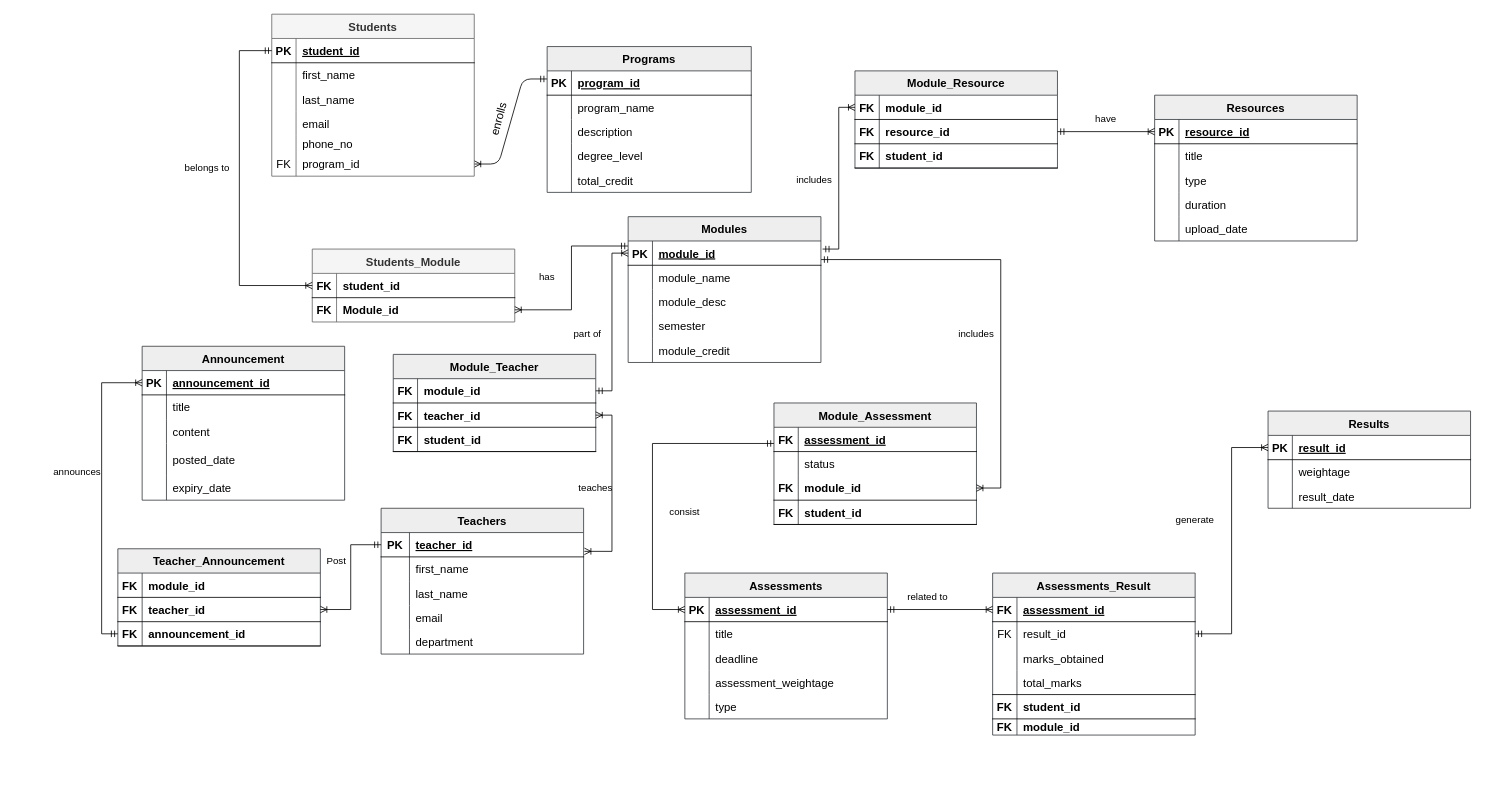
Before: Database.drawio in pawal-karki/DRAW.IO, a draw.io diagram. Source tidied: cells renumbered, new cells numbered last; positions are measured from the earlier drawing's top-left corner, leaving out a move shared by most shapes. Both pictures are drawn from the tidied source at 81%, with x=0, y=0 at pixel (53, 14).
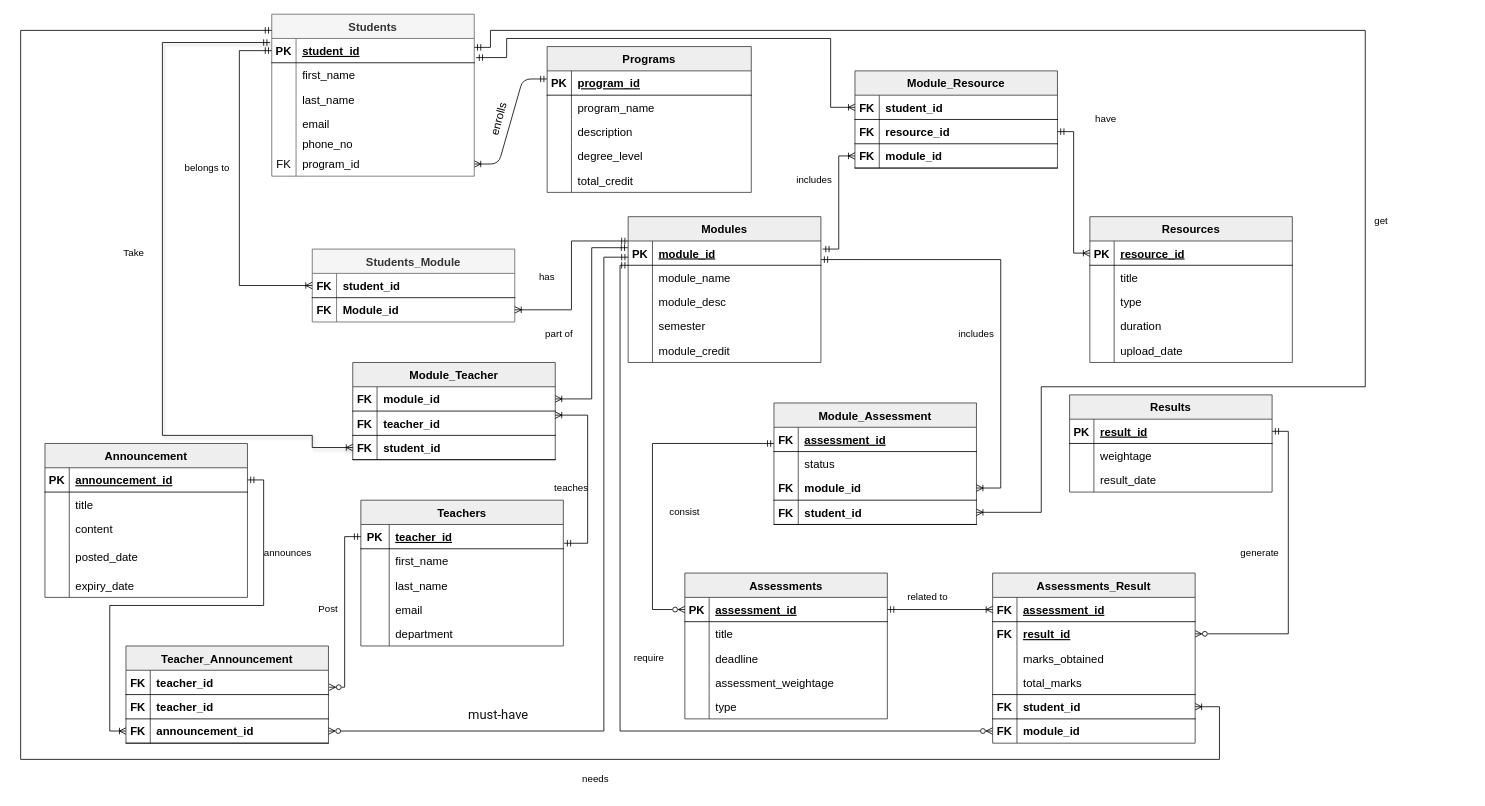
After the change.

Unchanged cells that the change refers to:
```xml
<mxCell id="21" style="shape=partialRectangle;fillColor=none;points=[[0,0.5],[1,0.5]];portConstraint=eastwest;top=0;left=0;right=0;bottom=1;fontSize=14;" parent="20" vertex="1">
  <mxGeometry y="30" width="238" height="30" as="geometry" />
</mxCell>
<mxCell id="36" value="Students" style="shape=table;startSize=30;childLayout=tableLayout;rowLines=0;fontStyle=1;align=center;fillColor=#f5f5f5;fontColor=#333333;strokeColor=#666666;fontSize=14;" parent="1" vertex="1">
  <mxGeometry x="270" width="250" height="200" as="geometry" />
</mxCell>
<mxCell id="37" style="shape=partialRectangle;fillColor=none;points=[[0,0.5],[1,0.5]];portConstraint=eastwest;top=0;left=0;right=0;bottom=1;fontSize=14;" parent="36" vertex="1">
  <mxGeometry y="30" width="250" height="30" as="geometry" />
</mxCell>
<mxCell id="56" style="shape=partialRectangle;fillColor=none;points=[[0,0.5],[1,0.5]];portConstraint=eastwest;top=0;left=0;right=0;bottom=1;fontSize=14;" parent="55" vertex="1">
  <mxGeometry y="30" width="250" height="30" as="geometry" />
</mxCell>
<mxCell id="72" style="shape=partialRectangle;fillColor=none;points=[[0,0.5],[1,0.5]];portConstraint=eastwest;top=0;left=0;right=0;bottom=1;fontSize=14;" parent="71" vertex="1">
  <mxGeometry y="30" width="250" height="30" as="geometry" />
</mxCell>
<mxCell id="88" style="shape=partialRectangle;fillColor=none;points=[[0,0.5],[1,0.5]];portConstraint=eastwest;top=0;left=0;right=0;bottom=1;fontSize=14;" parent="87" vertex="1">
  <mxGeometry y="30" width="250" height="30" as="geometry" />
</mxCell>
<mxCell id="120" style="shape=partialRectangle;fillColor=none;points=[[0,0.5],[1,0.5]];portConstraint=eastwest;top=0;left=0;right=0;bottom=1;fontSize=14;" parent="119" vertex="1">
  <mxGeometry y="30" width="250" height="30" as="geometry" />
</mxCell>
<mxCell id="135" style="shape=partialRectangle;fillColor=none;points=[[0,0.5],[1,0.5]];portConstraint=eastwest;top=0;left=0;right=0;bottom=0;fontSize=14;" parent="131" vertex="1">
  <mxGeometry y="60" width="250" height="30" as="geometry" />
</mxCell>
<mxCell id="144" style="shape=partialRectangle;fillColor=none;points=[[0,0.5],[1,0.5]];portConstraint=eastwest;top=0;left=0;right=0;bottom=0;fontSize=14;" parent="140" vertex="1">
  <mxGeometry y="60" width="250" height="30" as="geometry" />
</mxCell>
<mxCell id="153" style="shape=partialRectangle;fillColor=none;points=[[0,0.5],[1,0.5]];portConstraint=eastwest;top=0;left=0;right=0;bottom=1;fontSize=14;" parent="140" vertex="1">
  <mxGeometry y="150" width="250" height="30" as="geometry" />
</mxCell>
<mxCell id="170" style="shape=partialRectangle;fillColor=none;points=[[0,0.5],[1,0.5]];portConstraint=eastwest;top=0;left=0;right=0;bottom=1;fontSize=14;" parent="160" vertex="1">
  <mxGeometry y="120" width="250" height="30" as="geometry" />
</mxCell>
<mxCell id="176" style="shape=partialRectangle;fillColor=none;points=[[0,0.5],[1,0.5]];portConstraint=eastwest;top=0;left=0;right=0;bottom=1;fontSize=14;" parent="175" vertex="1">
  <mxGeometry y="30" width="250" height="30" as="geometry" />
</mxCell>
<mxCell id="182" style="shape=partialRectangle;fillColor=none;points=[[0,0.5],[1,0.5]];portConstraint=eastwest;top=0;left=0;right=0;bottom=1;fontSize=14;" parent="175" vertex="1">
  <mxGeometry y="90" width="250" height="30" as="geometry" />
</mxCell>
<mxCell id="188" style="shape=partialRectangle;fillColor=none;points=[[0,0.5],[1,0.5]];portConstraint=eastwest;top=0;left=0;right=0;bottom=1;fontSize=14;" parent="187" vertex="1">
  <mxGeometry y="30" width="250" height="30" as="geometry" />
</mxCell>
<mxCell id="191" style="shape=partialRectangle;fillColor=none;points=[[0,0.5],[1,0.5]];portConstraint=eastwest;top=0;left=0;right=0;bottom=1;fontSize=14;" parent="187" vertex="1">
  <mxGeometry y="60" width="250" height="30" as="geometry" />
</mxCell>
<mxCell id="194" style="shape=partialRectangle;fillColor=none;points=[[0,0.5],[1,0.5]];portConstraint=eastwest;top=0;left=0;right=0;bottom=1;fontSize=14;" parent="187" vertex="1">
  <mxGeometry y="90" width="250" height="30" as="geometry" />
</mxCell>
<mxCell id="200" style="shape=partialRectangle;fillColor=none;points=[[0,0.5],[1,0.5]];portConstraint=eastwest;top=0;left=0;right=0;bottom=1;fontSize=14;" parent="199" vertex="1">
  <mxGeometry y="30" width="250" height="30" as="geometry" />
</mxCell>
<mxCell id="203" style="shape=partialRectangle;fillColor=none;points=[[0,0.5],[1,0.5]];portConstraint=eastwest;top=0;left=0;right=0;bottom=1;fontSize=14;" parent="199" vertex="1">
  <mxGeometry y="60" width="250" height="30" as="geometry" />
</mxCell>
<mxCell id="206" style="shape=partialRectangle;fillColor=none;points=[[0,0.5],[1,0.5]];portConstraint=eastwest;top=0;left=0;right=0;bottom=1;fontSize=14;" parent="199" vertex="1">
  <mxGeometry y="90" width="250" height="30" as="geometry" />
</mxCell>
```

Diff of the diagram source:
```diff
@@
     <mxCell id="55" value="Announcement" style="shape=table;startSize=30;childLayout=tableLayout;rowLines=0;fontStyle=1;align=center;fillColor=#eeeeee;strokeColor=#36393d;fontSize=14;" parent="1" vertex="1">
-      <mxGeometry x="110" y="410" width="250" height="190" as="geometry" />
+      <mxGeometry x="-10" y="530" width="250" height="190" as="geometry" />
     </mxCell>
@@
     <mxCell id="71" value="Teachers" style="shape=table;startSize=30;childLayout=tableLayout;rowLines=0;fontStyle=1;align=center;fillColor=#eeeeee;strokeColor=#36393d;fontSize=14;" parent="1" vertex="1">
-      <mxGeometry x="405" y="610" width="250" height="180" as="geometry" />
+      <mxGeometry x="380" y="600" width="250" height="180" as="geometry" />
     </mxCell>
@@
     <mxCell id="103" value="Resources" style="shape=table;startSize=30;childLayout=tableLayout;rowLines=0;fontStyle=1;align=center;fillColor=#eeeeee;strokeColor=#36393d;fontSize=14;" parent="1" vertex="1">
-      <mxGeometry x="1360" y="100" width="250" height="180" as="geometry" />
+      <mxGeometry x="1280" y="250" width="250" height="180" as="geometry" />
     </mxCell>
@@
     <mxCell id="119" value="Results" style="shape=table;startSize=30;childLayout=tableLayout;rowLines=0;fontStyle=1;align=center;fillColor=#eeeeee;strokeColor=#36393d;fontSize=14;" parent="1" vertex="1">
-      <mxGeometry x="1500" y="490" width="250" height="120" as="geometry" />
+      <mxGeometry x="1255" y="470" width="250" height="120" as="geometry" />
     </mxCell>
@@
-    <mxCell id="129" style="edgeStyle=orthogonalEdgeStyle;rounded=0;jettySize=auto;html=1;exitX=1;exitY=0.5;exitDx=0;exitDy=0;entryX=0;entryY=0.5;entryDx=0;entryDy=0;startArrow=ERmandOne;startFill=0;endArrow=ERoneToMany;endFill=0;fontSize=14;" parent="1" edge="1" source="144" target="120">
+    <mxCell id="129" style="edgeStyle=orthogonalEdgeStyle;rounded=0;jettySize=auto;html=1;exitX=1;exitY=0.5;exitDx=0;exitDy=0;entryX=1;entryY=0.5;entryDx=0;entryDy=0;startArrow=ERzeroToMany;startFill=0;endArrow=ERmandOne;endFill=0;fontSize=14;" parent="1" edge="1" source="144" target="120">
       <mxGeometry relative="1" as="geometry" />
     </mxCell>
@@
-    <mxCell id="139" style="edgeStyle=orthogonalEdgeStyle;rounded=0;jettySize=auto;html=1;entryX=-0.001;entryY=0.208;entryDx=0;entryDy=0;entryPerimeter=0;startArrow=ERoneToMany;startFill=0;endArrow=ERmandOne;endFill=0;" parent="1" edge="1" source="135" target="21">
-      <mxGeometry relative="1" as="geometry" />
+    <mxCell id="139" style="edgeStyle=orthogonalEdgeStyle;rounded=0;jettySize=auto;html=1;startArrow=ERoneToMany;startFill=0;endArrow=ERmandOne;endFill=0;" parent="1" edge="1" source="135">
+      <mxGeometry relative="1" as="geometry">
+        <mxPoint x="710" y="280" as="targetPoint" />
+        <Array as="points">
+          <mxPoint x="640" y="365" />
+          <mxPoint x="640" y="280" />
+          <mxPoint x="709" y="280" />
+        </Array>
+      </mxGeometry>
     </mxCell>
     <mxCell id="140" value="Assessments_Result" style="shape=table;startSize=30;childLayout=tableLayout;rowLines=0;fontStyle=1;align=center;fillColor=#eeeeee;strokeColor=#36393d;fontSize=14;" parent="1" vertex="1">
-      <mxGeometry x="1160" y="690" width="250" height="200" as="geometry" />
+      <mxGeometry x="1160" y="690" width="250" height="210" as="geometry" />
     </mxCell>
@@
-    <mxCell id="145" value="FK" style="shape=partialRectangle;overflow=hidden;fillColor=none;top=0;left=0;bottom=0;right=0;fontSize=14;" parent="144" vertex="1">
+    <mxCell id="145" value="FK" style="shape=partialRectangle;overflow=hidden;fillColor=none;top=0;left=0;bottom=0;right=0;fontSize=14;fontStyle=1;" parent="144" vertex="1">
       <mxGeometry width="30" height="30" as="geometry" />
     </mxCell>
-    <mxCell id="146" value="result_id" style="shape=partialRectangle;overflow=hidden;fillColor=none;top=0;left=0;bottom=0;right=0;align=left;spacingLeft=6;fontSize=14;" parent="144" vertex="1">
+    <mxCell id="146" value="result_id" style="shape=partialRectangle;overflow=hidden;fillColor=none;top=0;left=0;bottom=0;right=0;align=left;spacingLeft=6;fontSize=14;fontStyle=5;" parent="144" vertex="1">
       <mxGeometry x="30" width="220" height="30" as="geometry" />
     </mxCell>
@@
     <mxCell id="156" style="shape=partialRectangle;fillColor=none;points=[[0,0.5],[1,0.5]];portConstraint=eastwest;top=0;left=0;right=0;bottom=0;fontSize=14;" parent="140" vertex="1">
-      <mxGeometry y="180" width="250" height="20" as="geometry" />
+      <mxGeometry y="180" width="250" height="30" as="geometry" />
     </mxCell>
     <mxCell id="157" value="FK" style="shape=partialRectangle;overflow=hidden;fillColor=none;top=0;left=0;bottom=0;right=0;fontSize=14;fontStyle=1;" parent="156" vertex="1">
-      <mxGeometry width="30" height="20" as="geometry" />
+      <mxGeometry width="30" height="30" as="geometry" />
     </mxCell>
     <mxCell id="158" value="module_id" style="shape=partialRectangle;overflow=hidden;fillColor=none;top=0;left=0;bottom=0;right=0;align=left;spacingLeft=6;fontSize=14;fontStyle=1;" parent="156" vertex="1">
-      <mxGeometry x="30" width="220" height="20" as="geometry" />
+      <mxGeometry x="30" width="220" height="30" as="geometry" />
     </mxCell>
@@
-    <mxCell id="173" style="edgeStyle=orthogonalEdgeStyle;rounded=0;jettySize=auto;html=1;startArrow=ERoneToMany;startFill=0;endArrow=ERmandOne;endFill=0;" parent="1" edge="1" source="88">
+    <mxCell id="173" style="edgeStyle=orthogonalEdgeStyle;rounded=0;jettySize=auto;html=1;startArrow=ERzeroToMany;startFill=0;endArrow=ERmandOne;endFill=0;" parent="1" edge="1" source="88">
       <mxGeometry relative="1" as="geometry">
         <mxPoint x="890" y="530" as="targetPoint" />
         <Array as="points">
           <mxPoint x="740" y="735" />
           <mxPoint x="740" y="530" />
           <mxPoint x="890" y="530" />
         </Array>
       </mxGeometry>
     </mxCell>
@@
-    <mxCell id="178" value="module_id" style="shape=partialRectangle;overflow=hidden;fillColor=none;top=0;left=0;bottom=0;right=0;align=left;spacingLeft=6;fontStyle=1;fontSize=14;" parent="176" vertex="1">
-      <mxGeometry x="30" width="220" height="30" as="geometry" />
-    </mxCell>
+    <mxCell id="222" value="student_id" style="shape=partialRectangle;overflow=hidden;fillColor=none;top=0;left=0;bottom=0;right=0;align=left;spacingLeft=6;fontStyle=1;fontSize=14;" parent="176" vertex="1">
+      <mxGeometry x="30" width="220" height="30" as="geometry" />
+    </mxCell>
@@
-    <mxCell id="184" value="student_id" style="shape=partialRectangle;overflow=hidden;fillColor=none;top=0;left=0;bottom=0;right=0;align=left;spacingLeft=6;fontStyle=1;fontSize=14;" parent="182" vertex="1">
+    <mxCell id="184" value="module_id" style="shape=partialRectangle;overflow=hidden;fillColor=none;top=0;left=0;bottom=0;right=0;align=left;spacingLeft=6;fontStyle=1;fontSize=14;" parent="182" vertex="1">
       <mxGeometry x="30" width="220" height="30" as="geometry" />
     </mxCell>
-    <mxCell id="185" style="edgeStyle=orthogonalEdgeStyle;rounded=0;jettySize=auto;html=1;startArrow=ERoneToMany;startFill=0;endArrow=ERmandOne;endFill=0;exitX=0;exitY=0.5;exitDx=0;exitDy=0;" parent="1" edge="1" source="176">
+    <mxCell id="185" style="edgeStyle=orthogonalEdgeStyle;rounded=0;jettySize=auto;html=1;startArrow=ERoneToMany;startFill=0;endArrow=ERmandOne;endFill=0;exitX=0;exitY=0.5;exitDx=0;exitDy=0;" parent="1" edge="1" source="182">
       <mxGeometry relative="1" as="geometry">
         <mxPoint x="950" y="290" as="targetPoint" />
         <Array as="points">
-          <mxPoint x="970" y="115" />
+          <mxPoint x="970" y="175" />
           <mxPoint x="970" y="290" />
         </Array>
       </mxGeometry>
     </mxCell>
@@
     <mxCell id="187" value="Module_Teacher" style="shape=table;startSize=30;childLayout=tableLayout;rowLines=0;fontStyle=1;align=center;fillColor=#eeeeee;strokeColor=#36393d;fontSize=14;" parent="1" vertex="1">
-      <mxGeometry x="420" y="420" width="250" height="120" as="geometry" />
+      <mxGeometry x="370" y="430" width="250" height="120" as="geometry" />
     </mxCell>
@@
-    <mxCell id="197" style="edgeStyle=orthogonalEdgeStyle;rounded=0;jettySize=auto;html=1;entryX=1;entryY=0.5;entryDx=0;entryDy=0;startArrow=ERoneToMany;startFill=0;endArrow=ERmandOne;endFill=0;" parent="1" edge="1" source="21" target="188">
+    <mxCell id="197" style="edgeStyle=orthogonalEdgeStyle;rounded=0;jettySize=auto;html=1;entryX=1;entryY=0.5;entryDx=0;entryDy=0;startArrow=ERmandOne;startFill=0;endArrow=ERoneToMany;endFill=0;exitX=-0.002;exitY=0.277;exitDx=0;exitDy=0;exitPerimeter=0;" parent="1" edge="1" source="21" target="188">
       <mxGeometry relative="1" as="geometry" />
     </mxCell>
-    <mxCell id="198" style="edgeStyle=orthogonalEdgeStyle;rounded=0;jettySize=auto;html=1;entryX=1.004;entryY=0.773;entryDx=0;entryDy=0;entryPerimeter=0;startArrow=ERoneToMany;startFill=0;endArrow=ERoneToMany;endFill=0;" parent="1" edge="1" source="191" target="72">
+    <mxCell id="198" style="edgeStyle=orthogonalEdgeStyle;rounded=0;jettySize=auto;html=1;entryX=1.004;entryY=0.773;entryDx=0;entryDy=0;entryPerimeter=0;startArrow=ERoneToMany;startFill=0;endArrow=ERmandOne;endFill=0;" parent="1" edge="1" source="191" target="72">
       <mxGeometry relative="1" as="geometry">
         <Array as="points">
-          <mxPoint x="690" y="495" />
-          <mxPoint x="690" y="663" />
+          <mxPoint x="660" y="495" />
+          <mxPoint x="660" y="653" />
         </Array>
       </mxGeometry>
     </mxCell>
     <mxCell id="199" value="Teacher_Announcement" style="shape=table;startSize=30;childLayout=tableLayout;rowLines=0;fontStyle=1;align=center;fillColor=#eeeeee;strokeColor=#36393d;fontSize=14;" parent="1" vertex="1">
-      <mxGeometry x="80" y="660" width="250" height="120" as="geometry" />
+      <mxGeometry x="90" y="780" width="250" height="120" as="geometry" />
     </mxCell>
@@
-    <mxCell id="202" value="module_id" style="shape=partialRectangle;overflow=hidden;fillColor=none;top=0;left=0;bottom=0;right=0;align=left;spacingLeft=6;fontStyle=1;fontSize=14;" parent="200" vertex="1">
+    <mxCell id="202" value="teacher_id" style="shape=partialRectangle;overflow=hidden;fillColor=none;top=0;left=0;bottom=0;right=0;align=left;spacingLeft=6;fontStyle=1;fontSize=14;" parent="200" vertex="1">
       <mxGeometry x="30" width="220" height="30" as="geometry" />
     </mxCell>
@@
-    <mxCell id="209" style="edgeStyle=orthogonalEdgeStyle;rounded=0;jettySize=auto;html=1;entryX=0;entryY=0.5;entryDx=0;entryDy=0;startArrow=ERoneToMany;startFill=0;endArrow=ERmandOne;endFill=0;" parent="1" edge="1" source="56" target="206">
+    <mxCell id="209" style="edgeStyle=orthogonalEdgeStyle;rounded=0;jettySize=auto;html=1;entryX=0;entryY=0.5;entryDx=0;entryDy=0;startArrow=ERmandOne;startFill=0;endArrow=ERoneToMany;endFill=0;" parent="1" edge="1" source="56" target="206">
       <mxGeometry relative="1" as="geometry" />
     </mxCell>
-    <mxCell id="210" style="edgeStyle=orthogonalEdgeStyle;rounded=0;jettySize=auto;html=1;entryX=1;entryY=0.5;entryDx=0;entryDy=0;startArrow=ERmandOne;startFill=0;endArrow=ERoneToMany;endFill=0;" parent="1" edge="1" source="72" target="203">
+    <mxCell id="210" style="edgeStyle=orthogonalEdgeStyle;rounded=0;jettySize=auto;html=1;entryX=1.003;entryY=0.697;entryDx=0;entryDy=0;startArrow=ERmandOne;startFill=0;endArrow=ERzeroToMany;endFill=0;entryPerimeter=0;" parent="1" edge="1" source="72" target="200">
       <mxGeometry relative="1" as="geometry" />
     </mxCell>
@@
     <mxCell id="212" value="Post" style="text;html=1;align=center;verticalAlign=middle;whiteSpace=wrap;rounded=0;" parent="1" vertex="1">
-      <mxGeometry x="320" y="660" width="60" height="30" as="geometry" />
+      <mxGeometry x="310" y="720" width="60" height="30" as="geometry" />
     </mxCell>
     <mxCell id="213" value="announces" style="text;html=1;align=center;verticalAlign=middle;whiteSpace=wrap;rounded=0;" parent="1" vertex="1">
-      <mxGeometry y="550" width="60" height="30" as="geometry" />
+      <mxGeometry x="260" y="650" width="60" height="30" as="geometry" />
     </mxCell>
     <mxCell id="214" value="teaches" style="text;html=1;align=center;verticalAlign=middle;whiteSpace=wrap;rounded=0;" parent="1" vertex="1">
-      <mxGeometry x="640" y="570" width="60" height="30" as="geometry" />
+      <mxGeometry x="610" y="570" width="60" height="30" as="geometry" />
     </mxCell>
     <mxCell id="215" value="part of" style="text;html=1;align=center;verticalAlign=middle;whiteSpace=wrap;rounded=0;" parent="1" vertex="1">
-      <mxGeometry x="630" y="380" width="60" height="30" as="geometry" />
+      <mxGeometry x="595" y="380" width="60" height="30" as="geometry" />
     </mxCell>
@@
     <mxCell id="221" value="generate" style="text;html=1;align=center;verticalAlign=middle;whiteSpace=wrap;rounded=0;" parent="1" vertex="1">
-      <mxGeometry x="1380" y="610" width="60" height="30" as="geometry" />
+      <mxGeometry x="1460" y="650" width="60" height="30" as="geometry" />
     </mxCell>
+    <mxCell id="223" style="edgeStyle=orthogonalEdgeStyle;rounded=0;jettySize=auto;html=1;entryX=-0.008;entryY=0.153;entryDx=0;entryDy=0;entryPerimeter=0;endArrow=ERmandOne;endFill=0;shadow=1;startArrow=ERoneToMany;startFill=0;exitX=0;exitY=0.5;exitDx=0;exitDy=0;" parent="1" edge="1" source="194">
+      <mxGeometry relative="1" as="geometry">
+        <mxPoint x="268" y="35" as="targetPoint" />
+        <Array as="points">
+          <mxPoint x="320" y="535" />
+          <mxPoint x="320" y="520" />
+          <mxPoint x="135" y="520" />
+          <mxPoint x="135" y="35" />
+        </Array>
+      </mxGeometry>
+    </mxCell>
+    <mxCell id="224" style="edgeStyle=orthogonalEdgeStyle;rounded=0;jettySize=auto;html=1;endArrow=ERmandOne;endFill=0;startArrow=ERzeroToMany;startFill=0;" parent="1" edge="1" source="156">
+      <mxGeometry relative="1" as="geometry">
+        <mxPoint x="710" y="310" as="targetPoint" />
+        <Array as="points">
+          <mxPoint x="700" y="885" />
+          <mxPoint x="700" y="310" />
+        </Array>
+      </mxGeometry>
+    </mxCell>
+    <mxCell id="225" style="edgeStyle=orthogonalEdgeStyle;rounded=0;jettySize=auto;html=1;entryX=0;entryY=0.1;entryDx=0;entryDy=0;entryPerimeter=0;endArrow=ERmandOne;endFill=0;startArrow=ERoneToMany;startFill=0;" parent="1" edge="1" source="153" target="36">
+      <mxGeometry relative="1" as="geometry">
+        <Array as="points">
+          <mxPoint x="1440" y="855" />
+          <mxPoint x="1440" y="920" />
+          <mxPoint x="-40" y="920" />
+          <mxPoint x="-40" y="20" />
+        </Array>
+      </mxGeometry>
+    </mxCell>
+    <mxCell id="226" style="edgeStyle=orthogonalEdgeStyle;rounded=0;jettySize=auto;html=1;entryX=1.009;entryY=0.786;entryDx=0;entryDy=0;entryPerimeter=0;endArrow=ERmandOne;endFill=0;startArrow=ERoneToMany;startFill=0;" parent="1" edge="1" source="176" target="37">
+      <mxGeometry relative="1" as="geometry">
+        <Array as="points">
+          <mxPoint x="960" y="115" />
+          <mxPoint x="960" y="30" />
+          <mxPoint x="560" y="30" />
+          <mxPoint x="560" y="54" />
+        </Array>
+      </mxGeometry>
+    </mxCell>
+    <mxCell id="227" style="edgeStyle=orthogonalEdgeStyle;rounded=0;jettySize=auto;html=1;startArrow=ERoneToMany;startFill=0;endArrow=ERmandOne;endFill=0;" parent="1" edge="1" source="170">
+      <mxGeometry relative="1" as="geometry">
+        <mxPoint x="520" y="41" as="targetPoint" />
+        <Array as="points">
+          <mxPoint x="1220" y="615" />
+          <mxPoint x="1220" y="460" />
+          <mxPoint x="1620" y="460" />
+          <mxPoint x="1620" y="20" />
+          <mxPoint x="540" y="20" />
+          <mxPoint x="540" y="41" />
+        </Array>
+      </mxGeometry>
+    </mxCell>
+    <mxCell id="228" value="needs" style="text;html=1;align=center;verticalAlign=middle;whiteSpace=wrap;rounded=0;" parent="1" vertex="1">
+      <mxGeometry x="640" y="930" width="60" height="30" as="geometry" />
+    </mxCell>
+    <mxCell id="229" value="require" style="text;html=1;align=center;verticalAlign=middle;whiteSpace=wrap;rounded=0;" parent="1" vertex="1">
+      <mxGeometry x="706" y="780" width="60" height="30" as="geometry" />
+    </mxCell>
+    <mxCell id="230" value="get" style="text;html=1;align=center;verticalAlign=middle;whiteSpace=wrap;rounded=0;" parent="1" vertex="1">
+      <mxGeometry x="1610" y="240" width="60" height="30" as="geometry" />
+    </mxCell>
+    <mxCell id="231" style="edgeStyle=orthogonalEdgeStyle;rounded=0;jettySize=auto;html=1;entryX=0;entryY=0.667;entryDx=0;entryDy=0;entryPerimeter=0;startArrow=ERzeroToMany;startFill=0;endArrow=ERmandOne;endFill=0;" parent="1" edge="1" source="206" target="21">
+      <mxGeometry relative="1" as="geometry">
+        <Array as="points">
+          <mxPoint x="680" y="885" />
+          <mxPoint x="680" y="300" />
+        </Array>
+      </mxGeometry>
+    </mxCell>
+    <mxCell id="232" value="&lt;div style=&quot;text-align: left;&quot;&gt;&lt;font face=&quot;Roboto, sans-serif&quot; color=&quot;#111111&quot;&gt;&lt;span style=&quot;font-size: 16px;&quot;&gt;must-have&lt;/span&gt;&lt;/font&gt;&lt;/div&gt;" style="text;html=1;align=center;verticalAlign=middle;whiteSpace=wrap;rounded=0;" parent="1" vertex="1">
+      <mxGeometry x="500" y="850" width="100" height="30" as="geometry" />
+    </mxCell>
+    <mxCell id="233" value="Take" style="text;html=1;align=center;verticalAlign=middle;whiteSpace=wrap;rounded=0;" parent="1" vertex="1">
+      <mxGeometry x="70" y="280" width="60" height="30" as="geometry" />
+    </mxCell>
```
